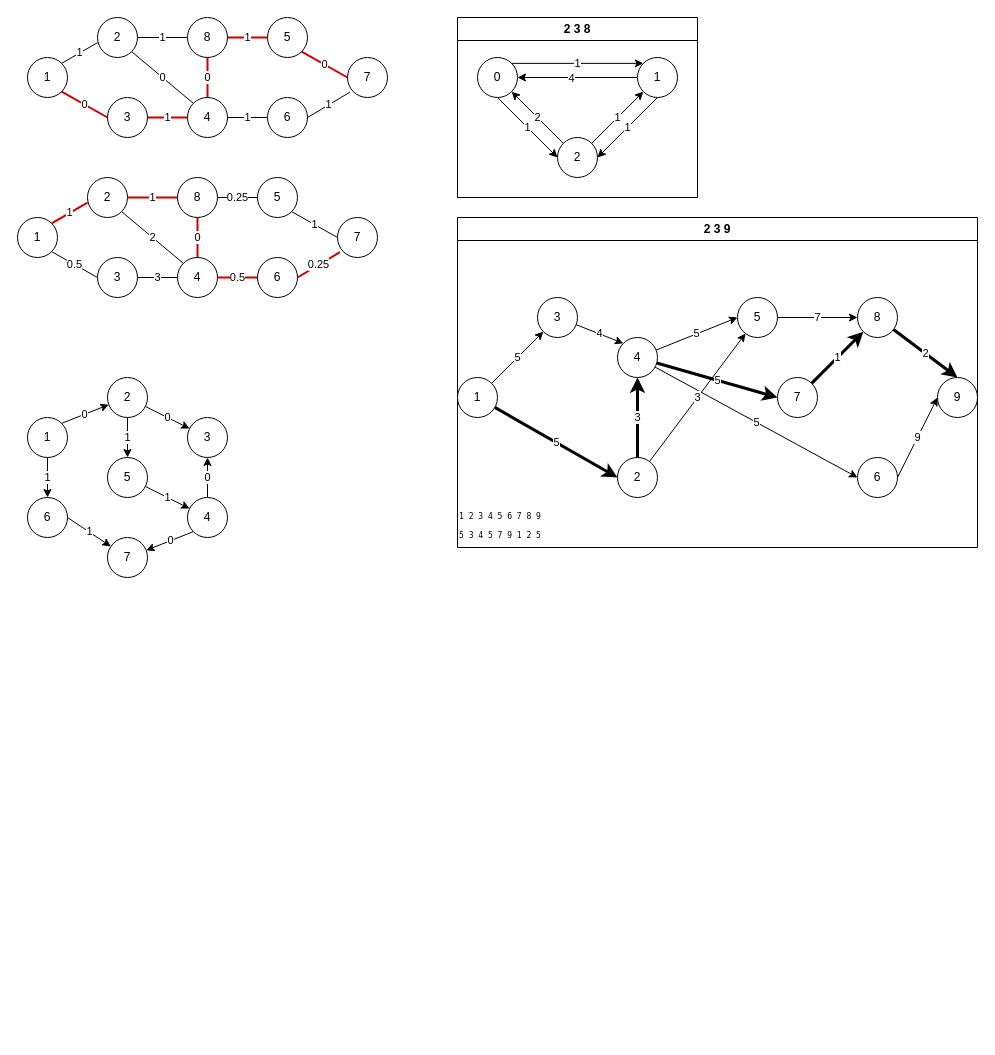
Earlier version of the draw.io diagram graph/ribs.drawio (Igorok/algorithms-js). Source tidied: cells renumbered, new cells numbered last; positions are measured from the earlier drawing's top-left corner, leaving out a move shared by most shapes. Both pictures are drawn from the tidied source at 100%, with x=0, y=0 at pixel (17, 17).
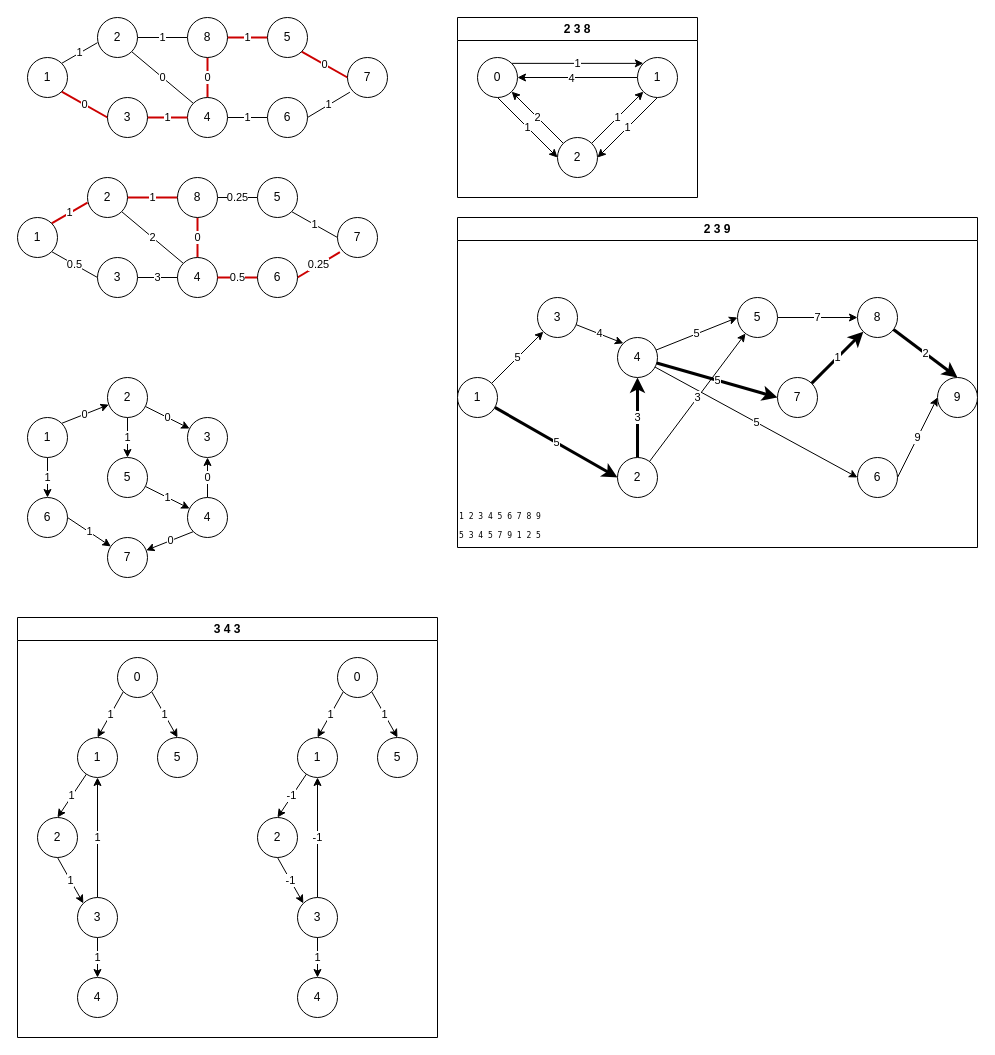
After the change.

Diff of the diagram source:
```diff
@@
+    <mxCell id="88" value="3 4 3" style="swimlane;whiteSpace=wrap;html=1;startSize=23;" parent="1" vertex="1">
+      <mxGeometry y="600" width="420" height="420" as="geometry" />
+    </mxCell>
+    <mxCell id="89" value="1" style="edgeStyle=none;html=1;entryX=0.5;entryY=0;entryDx=0;entryDy=0;" parent="88" edge="1" source="90" target="98">
+      <mxGeometry relative="1" as="geometry" />
+    </mxCell>
+    <mxCell id="90" value="1" style="ellipse;whiteSpace=wrap;html=1;" parent="88" vertex="1">
+      <mxGeometry x="60" y="120" width="40" height="40" as="geometry" />
+    </mxCell>
+    <mxCell id="91" value="1" style="edgeStyle=none;html=1;entryX=0.5;entryY=1;entryDx=0;entryDy=0;" parent="88" edge="1" source="93" target="90">
+      <mxGeometry relative="1" as="geometry" />
+    </mxCell>
+    <mxCell id="92" value="1" style="edgeStyle=none;html=1;exitX=0.5;exitY=1;exitDx=0;exitDy=0;entryX=0.5;entryY=0;entryDx=0;entryDy=0;" parent="88" edge="1" source="93" target="100">
+      <mxGeometry relative="1" as="geometry" />
+    </mxCell>
+    <mxCell id="93" value="3" style="ellipse;whiteSpace=wrap;html=1;" parent="88" vertex="1">
+      <mxGeometry x="60" y="280" width="40" height="40" as="geometry" />
+    </mxCell>
+    <mxCell id="94" value="1" style="edgeStyle=none;html=1;exitX=0;exitY=1;exitDx=0;exitDy=0;entryX=0.5;entryY=0;entryDx=0;entryDy=0;" parent="88" edge="1" source="96" target="90">
+      <mxGeometry relative="1" as="geometry" />
+    </mxCell>
+    <mxCell id="95" value="1" style="edgeStyle=none;html=1;exitX=1;exitY=1;exitDx=0;exitDy=0;entryX=0.5;entryY=0;entryDx=0;entryDy=0;" parent="88" edge="1" source="96" target="99">
+      <mxGeometry relative="1" as="geometry" />
+    </mxCell>
+    <mxCell id="96" value="0" style="ellipse;whiteSpace=wrap;html=1;" parent="88" vertex="1">
+      <mxGeometry x="100" y="40" width="40" height="40" as="geometry" />
+    </mxCell>
+    <mxCell id="97" value="1" style="edgeStyle=none;html=1;exitX=0.5;exitY=1;exitDx=0;exitDy=0;entryX=0;entryY=0;entryDx=0;entryDy=0;" parent="88" edge="1" source="98" target="93">
+      <mxGeometry relative="1" as="geometry" />
+    </mxCell>
+    <mxCell id="98" value="2" style="ellipse;whiteSpace=wrap;html=1;" parent="88" vertex="1">
+      <mxGeometry x="20" y="200" width="40" height="40" as="geometry" />
+    </mxCell>
+    <mxCell id="99" value="5" style="ellipse;whiteSpace=wrap;html=1;" parent="88" vertex="1">
+      <mxGeometry x="140" y="120" width="40" height="40" as="geometry" />
+    </mxCell>
+    <mxCell id="100" value="4" style="ellipse;whiteSpace=wrap;html=1;" parent="88" vertex="1">
+      <mxGeometry x="60" y="360" width="40" height="40" as="geometry" />
+    </mxCell>
+    <mxCell id="101" value="1" style="ellipse;whiteSpace=wrap;html=1;" parent="88" vertex="1">
+      <mxGeometry x="280" y="120" width="40" height="40" as="geometry" />
+    </mxCell>
+    <mxCell id="102" value="-1" style="edgeStyle=none;html=1;entryX=0.5;entryY=1;entryDx=0;entryDy=0;" parent="88" edge="1" source="103" target="101">
+      <mxGeometry relative="1" as="geometry" />
+    </mxCell>
+    <mxCell id="103" value="3" style="ellipse;whiteSpace=wrap;html=1;" parent="88" vertex="1">
+      <mxGeometry x="280" y="280" width="40" height="40" as="geometry" />
+    </mxCell>
+    <mxCell id="104" value="1" style="edgeStyle=none;html=1;exitX=0;exitY=1;exitDx=0;exitDy=0;entryX=0.5;entryY=0;entryDx=0;entryDy=0;" parent="88" edge="1" source="105" target="101">
+      <mxGeometry relative="1" as="geometry" />
+    </mxCell>
+    <mxCell id="105" value="0" style="ellipse;whiteSpace=wrap;html=1;" parent="88" vertex="1">
+      <mxGeometry x="320" y="40" width="40" height="40" as="geometry" />
+    </mxCell>
+    <mxCell id="106" value="-1" style="edgeStyle=none;html=1;exitX=0.5;exitY=1;exitDx=0;exitDy=0;entryX=0;entryY=0;entryDx=0;entryDy=0;" parent="88" edge="1" source="107" target="103">
+      <mxGeometry relative="1" as="geometry" />
+    </mxCell>
+    <mxCell id="107" value="2" style="ellipse;whiteSpace=wrap;html=1;" parent="88" vertex="1">
+      <mxGeometry x="240" y="200" width="40" height="40" as="geometry" />
+    </mxCell>
+    <mxCell id="108" value="-1" style="edgeStyle=none;html=1;entryX=0.5;entryY=0;entryDx=0;entryDy=0;" parent="88" edge="1" source="101" target="107">
+      <mxGeometry relative="1" as="geometry" />
+    </mxCell>
+    <mxCell id="109" value="5" style="ellipse;whiteSpace=wrap;html=1;" parent="88" vertex="1">
+      <mxGeometry x="360" y="120" width="40" height="40" as="geometry" />
+    </mxCell>
+    <mxCell id="110" value="1" style="edgeStyle=none;html=1;exitX=1;exitY=1;exitDx=0;exitDy=0;entryX=0.5;entryY=0;entryDx=0;entryDy=0;" parent="88" edge="1" source="105" target="109">
+      <mxGeometry relative="1" as="geometry" />
+    </mxCell>
+    <mxCell id="111" value="4" style="ellipse;whiteSpace=wrap;html=1;" parent="88" vertex="1">
+      <mxGeometry x="280" y="360" width="40" height="40" as="geometry" />
+    </mxCell>
+    <mxCell id="112" value="1" style="edgeStyle=none;html=1;exitX=0.5;exitY=1;exitDx=0;exitDy=0;entryX=0.5;entryY=0;entryDx=0;entryDy=0;" parent="88" edge="1" source="103" target="111">
+      <mxGeometry relative="1" as="geometry" />
+    </mxCell>
```
